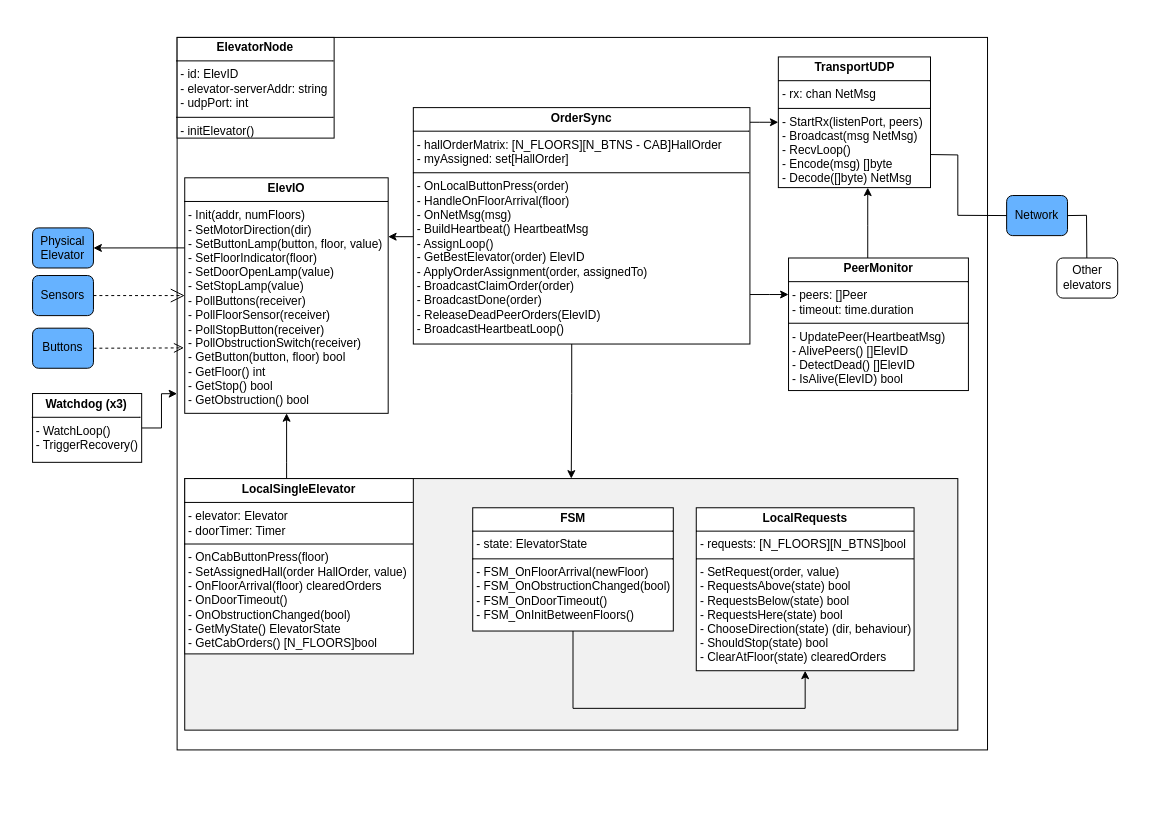
Above: Diagrams/component_diagram.drawio in SondreMyhre/TTK4145 (draw.io), before the change. Source tidied: cells renumbered, new cells numbered last; positions are measured from the earlier drawing's top-left corner, leaving out a move shared by most shapes. Both pictures are drawn from the tidied source at 99%, with x=0, y=0 at pixel (17, 17).
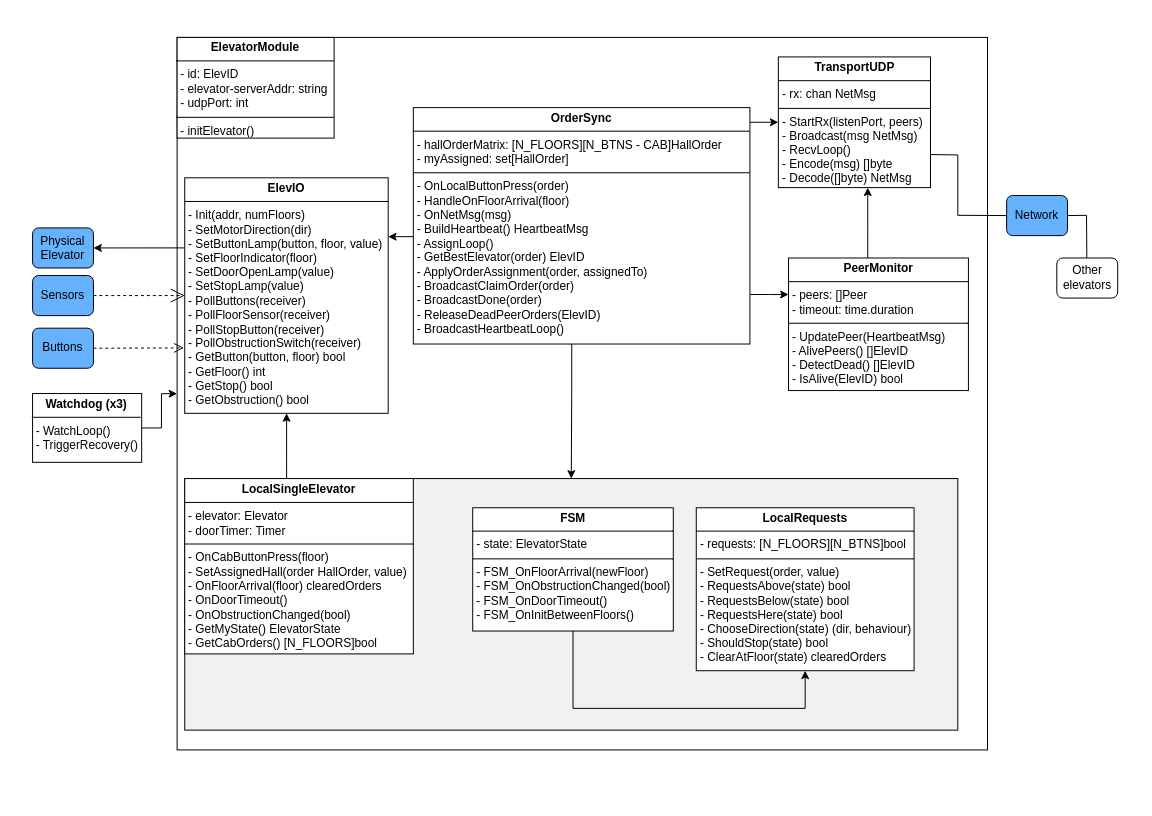
The same page after the edit.

The change refers to these unchanged cells:
```xml
<mxCell id="2" style="group;" parent="1" vertex="1">
  <mxGeometry width="1130" height="790" as="geometry" />
</mxCell>
```

The edit, as a diff of the source:
```diff
@@
-    <mxCell id="10" value="&lt;p style=&quot;margin:0px;margin-top:4px;text-align:center;&quot;&gt;&lt;b&gt;ElevatorNode&lt;/b&gt;&lt;/p&gt;&lt;hr size=&quot;1&quot; style=&quot;border-style:solid;&quot;&gt;&lt;p style=&quot;margin:0px;margin-left:4px;&quot;&gt;&lt;span style=&quot;background-color: transparent; color: light-dark(rgb(0, 0, 0), rgb(255, 255, 255));&quot;&gt;- id: ElevID&lt;/span&gt;&lt;/p&gt;&lt;p style=&quot;margin:0px;margin-left:4px;&quot;&gt;&lt;span style=&quot;background-color: transparent; color: light-dark(rgb(0, 0, 0), rgb(255, 255, 255));&quot;&gt;- elevator-serverAddr: string&lt;/span&gt;&lt;/p&gt;&lt;p style=&quot;margin:0px;margin-left:4px;&quot;&gt;&lt;span style=&quot;background-color: transparent; color: light-dark(rgb(0, 0, 0), rgb(255, 255, 255));&quot;&gt;- udpPort: int&lt;/span&gt;&lt;/p&gt;&lt;hr size=&quot;1&quot; style=&quot;border-style:solid;&quot;&gt;&lt;p style=&quot;margin:0px;margin-left:4px;&quot;&gt;- initElevator()&lt;/p&gt;" style="verticalAlign=top;align=left;overflow=fill;html=1;whiteSpace=wrap;" parent="2" vertex="1">
+    <mxCell id="10" value="&lt;p style=&quot;margin:0px;margin-top:4px;text-align:center;&quot;&gt;&lt;b&gt;ElevatorModule&lt;/b&gt;&lt;/p&gt;&lt;hr size=&quot;1&quot; style=&quot;border-style:solid;&quot;&gt;&lt;p style=&quot;margin:0px;margin-left:4px;&quot;&gt;&lt;span style=&quot;background-color: transparent; color: light-dark(rgb(0, 0, 0), rgb(255, 255, 255));&quot;&gt;- id: ElevID&lt;/span&gt;&lt;/p&gt;&lt;p style=&quot;margin:0px;margin-left:4px;&quot;&gt;&lt;span style=&quot;background-color: transparent; color: light-dark(rgb(0, 0, 0), rgb(255, 255, 255));&quot;&gt;- elevator-serverAddr: string&lt;/span&gt;&lt;/p&gt;&lt;p style=&quot;margin:0px;margin-left:4px;&quot;&gt;&lt;span style=&quot;background-color: transparent; color: light-dark(rgb(0, 0, 0), rgb(255, 255, 255));&quot;&gt;- udpPort: int&lt;/span&gt;&lt;/p&gt;&lt;hr size=&quot;1&quot; style=&quot;border-style:solid;&quot;&gt;&lt;p style=&quot;margin:0px;margin-left:4px;&quot;&gt;- initElevator()&lt;/p&gt;" style="verticalAlign=top;align=left;overflow=fill;html=1;whiteSpace=wrap;" parent="2" vertex="1">
       <mxGeometry x="161.4" y="20.3" width="158.6" height="101.7" as="geometry" />
     </mxCell>
```
